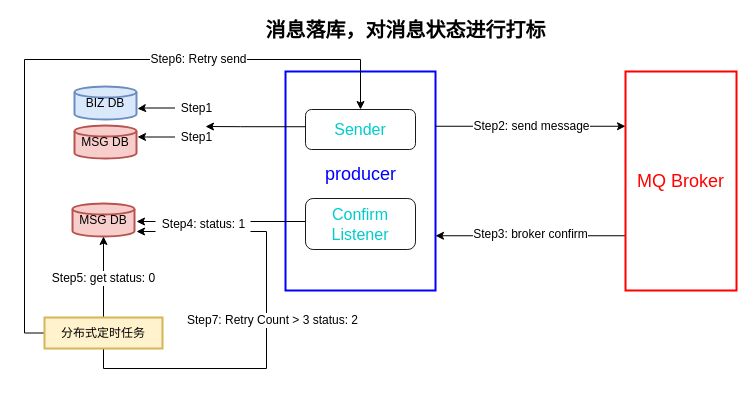
This is [消息队列]生产端-可靠性投递-1.drawio from szy0syz/draw.io, a draw.io file, before an edit. Source tidied: cells renumbered, new cells numbered last; positions are measured from the earlier drawing's top-left corner, leaving out a move shared by most shapes. Both pictures are drawn from the tidied source at 100%, with x=0, y=0 at pixel (24, 19).
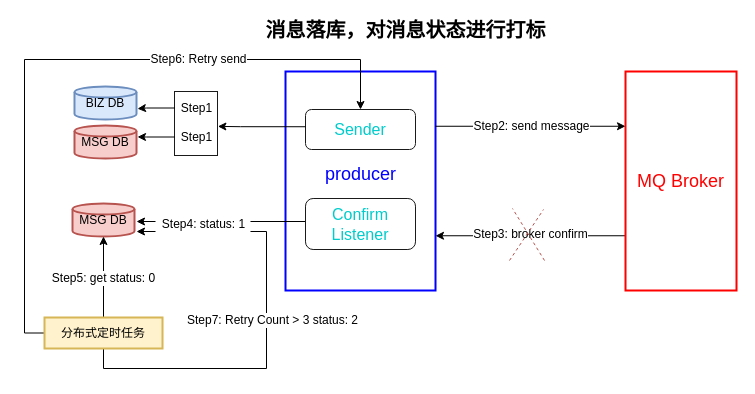
Above is the later version.

Commit message (it also covers changes not shown here):
Update [消息队列]生产端-可靠性投递-1.drawio

Unchanged cells that the change refers to:
```xml
<mxCell id="4" value="&lt;font style=&quot;font-size: 16px&quot; color=&quot;#00cccc&quot;&gt;Sender&lt;/font&gt;" style="rounded=1;whiteSpace=wrap;html=1;strokeColor=#1A1A1A;" parent="1" vertex="1">
  <mxGeometry x="281" y="90" width="110" height="40" as="geometry" />
</mxCell>
```

What changed in the source:
```diff
@@
+    <mxCell id="29" style="rounded=0;whiteSpace=wrap;html=1;strokeColor=#1A1A1A;strokeWidth=1;fillColor=none;" parent="1" vertex="1">
+      <mxGeometry x="150" y="72" width="43" height="64" as="geometry" />
+    </mxCell>
@@
-    <mxCell id="13" style="edgeStyle=orthogonalEdgeStyle;rounded=0;jettySize=auto;html=1;exitX=0.001;exitY=0.431;exitDx=0;exitDy=0;exitPerimeter=0;" parent="1" edge="1" source="4">
+    <mxCell id="13" style="edgeStyle=orthogonalEdgeStyle;rounded=0;jettySize=auto;html=1;exitX=0.001;exitY=0.431;exitDx=0;exitDy=0;exitPerimeter=0;entryX=1.009;entryY=0.545;entryDx=0;entryDy=0;entryPerimeter=0;" parent="1" edge="1" source="4" target="29">
       <mxGeometry relative="1" as="geometry">
-        <mxPoint x="181" y="107" as="targetPoint" />
         <Array as="points">
           <mxPoint x="216" y="107" />
         </Array>
       </mxGeometry>
     </mxCell>
@@
+    <mxCell id="30" style="endArrow=none;dashed=1;html=1;fillColor=#f8cecc;strokeColor=#b85450;" parent="1" edge="1">
+      <mxGeometry relative="1" as="geometry">
+        <mxPoint x="485" y="241" as="sourcePoint" />
+        <mxPoint x="519" y="190" as="targetPoint" />
+      </mxGeometry>
+    </mxCell>
+    <mxCell id="31" style="endArrow=none;dashed=1;html=1;fillColor=#f8cecc;strokeColor=#b85450;" parent="1" edge="1">
+      <mxGeometry relative="1" as="geometry">
+        <mxPoint x="520" y="241" as="sourcePoint" />
+        <mxPoint x="488" y="189" as="targetPoint" />
+      </mxGeometry>
+    </mxCell>
```
